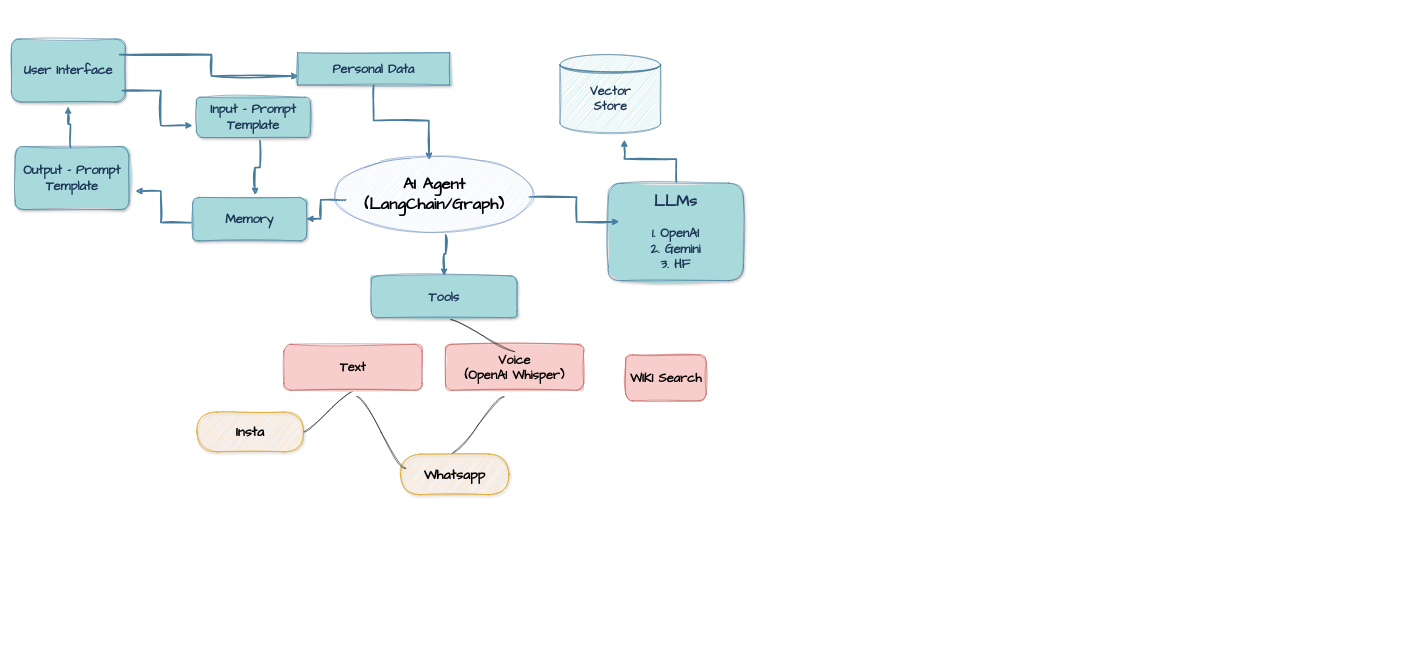
The draw.io diagram Untitled Diagram.drawio in anjali52deb/draw-io, before the edit. Source tidied: cells renumbered, new cells numbered last; positions are measured from the earlier drawing's top-left corner, leaving out a move shared by most shapes. Both pictures are drawn from the tidied source at 53%, with x=0, y=0 at pixel (-66, 39).
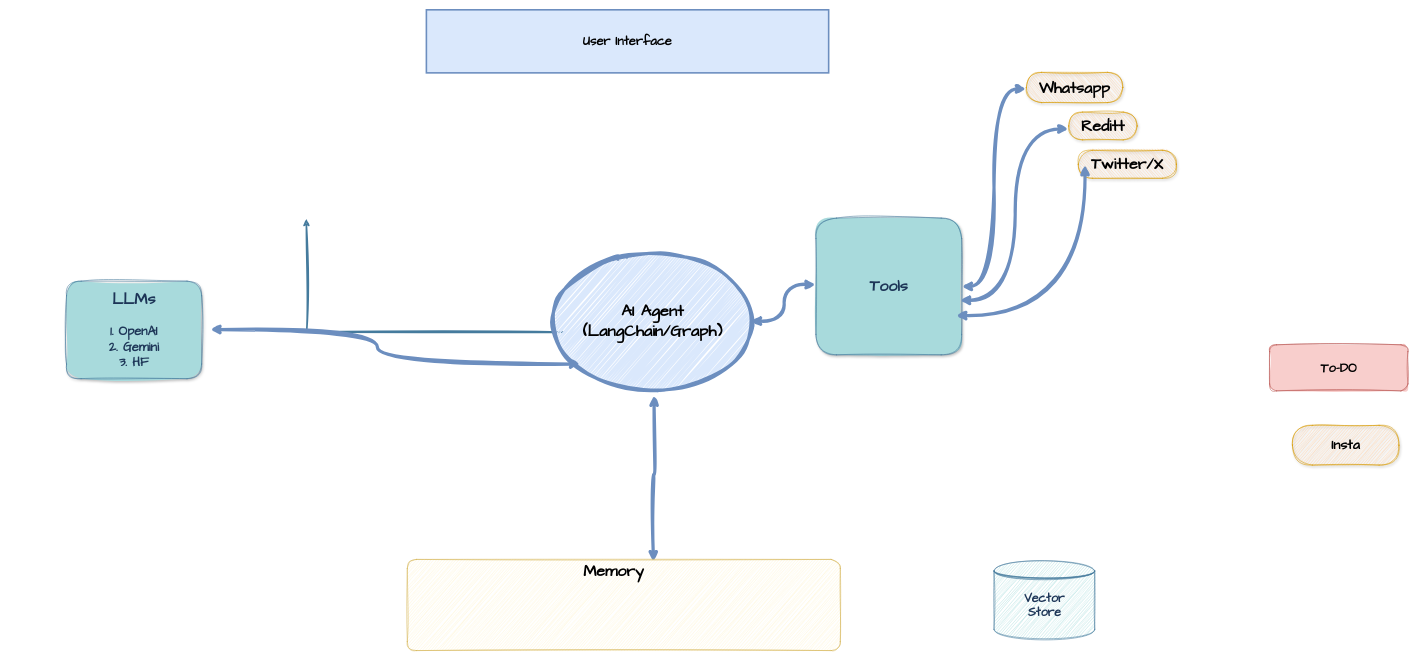
Above is the later version.

The change refers to these unchanged cells:
```xml
<mxCell id="16" value="Vector Store" style="text;html=1;align=center;verticalAlign=middle;whiteSpace=wrap;rounded=0;fontFamily=Comic Sans MS;strokeColor=none;fontSize=23;fontStyle=1;labelBackgroundColor=none;fontColor=#1D3557;sketch=1;curveFitting=1;jiggle=2;" parent="14" vertex="1">
  <mxGeometry x="40" y="16" width="111" height="135" as="geometry" />
</mxCell>
```

The edit, as a diff of the source:
```diff
@@
-    <mxCell id="2" value="Input - Prompt Template" style="text;html=1;align=center;verticalAlign=middle;whiteSpace=wrap;rounded=1;fontFamily=Comic Sans MS;fontSize=24;fontStyle=1;fillColor=#A8DADC;strokeColor=#457B9D;fillStyle=solid;shadow=1;labelBackgroundColor=none;fontColor=#1D3557;sketch=1;curveFitting=1;jiggle=2;" parent="1" vertex="1">
-      <mxGeometry x="494" y="110" width="215" height="76" as="geometry" />
-    </mxCell>
-    <mxCell id="3" value="Output - Prompt Template" style="text;html=1;align=center;verticalAlign=middle;whiteSpace=wrap;rounded=1;fontFamily=Comic Sans MS;fontSize=24;fontStyle=1;fillColor=#A8DADC;strokeColor=#457B9D;fillStyle=solid;shadow=1;labelBackgroundColor=none;fontColor=#1D3557;sketch=1;curveFitting=1;jiggle=2;" parent="1" vertex="1">
-      <mxGeometry x="152" y="203" width="215" height="119" as="geometry" />
-    </mxCell>
+    <mxCell id="26" value="&lt;b&gt;&lt;font&gt;&lt;font face=&quot;Comic Sans MS&quot;&gt;Whatsapp&lt;/font&gt;&lt;/font&gt;&lt;/b&gt;" style="whiteSpace=wrap;html=1;rounded=1;arcSize=50;align=center;verticalAlign=middle;strokeWidth=1;spacing=4;newEdgeStyle={&quot;edgeStyle&quot;:&quot;entityRelationEdgeStyle&quot;,&quot;startArrow&quot;:&quot;none&quot;,&quot;endArrow&quot;:&quot;none&quot;,&quot;segment&quot;:10,&quot;curved&quot;:1,&quot;sourcePerimeterSpacing&quot;:0,&quot;targetPerimeterSpacing&quot;:0};sketch=1;hachureGap=4;jiggle=2;curveFitting=1;fontFamily=Architects Daughter;fillColor=#FFCE9F;strokeColor=#d79b00;shadow=1;flipV=1;fontSize=30;" parent="1" vertex="1">
+      <mxGeometry x="2060" y="63" width="182" height="57.1" as="geometry" />
+    </mxCell>
+    <mxCell id="32" value="&lt;b&gt;&lt;font face=&quot;Comic Sans MS&quot;&gt;Twitter/X&lt;/font&gt;&lt;/b&gt;" style="whiteSpace=wrap;html=1;rounded=1;arcSize=50;align=center;verticalAlign=middle;strokeWidth=1;spacing=4;newEdgeStyle={&quot;edgeStyle&quot;:&quot;entityRelationEdgeStyle&quot;,&quot;startArrow&quot;:&quot;none&quot;,&quot;endArrow&quot;:&quot;none&quot;,&quot;segment&quot;:10,&quot;curved&quot;:1,&quot;sourcePerimeterSpacing&quot;:0,&quot;targetPerimeterSpacing&quot;:0};sketch=1;hachureGap=4;jiggle=2;curveFitting=1;fontFamily=Architects Daughter;fillColor=#FFCE9F;strokeColor=#d79b00;shadow=1;flipV=1;fontSize=30;" parent="1" vertex="1">
+      <mxGeometry x="2158" y="210" width="185" height="52.9" as="geometry" />
+    </mxCell>
+    <mxCell id="33" value="&lt;font face=&quot;Comic Sans MS&quot;&gt;Reditt&lt;/font&gt;" style="whiteSpace=wrap;html=1;rounded=1;arcSize=50;align=center;verticalAlign=middle;strokeWidth=1;spacing=4;newEdgeStyle={&quot;edgeStyle&quot;:&quot;entityRelationEdgeStyle&quot;,&quot;startArrow&quot;:&quot;none&quot;,&quot;endArrow&quot;:&quot;none&quot;,&quot;segment&quot;:10,&quot;curved&quot;:1,&quot;sourcePerimeterSpacing&quot;:0,&quot;targetPerimeterSpacing&quot;:0};sketch=1;hachureGap=4;jiggle=2;curveFitting=1;fontFamily=Architects Daughter;fillColor=#FFCE9F;strokeColor=#d79b00;shadow=1;fontStyle=1;flipV=1;fontSize=30;" parent="1" vertex="1">
+      <mxGeometry x="2140" y="138" width="129" height="52.4" as="geometry" />
+    </mxCell>
-    <mxCell id="4" value="User Interface" style="text;html=1;align=center;verticalAlign=middle;whiteSpace=wrap;rounded=1;fontFamily=Comic Sans MS;fontSize=24;fontStyle=1;fillColor=#A8DADC;strokeColor=#457B9D;fillStyle=solid;shadow=1;labelBackgroundColor=none;fontColor=#1D3557;sketch=1;curveFitting=1;jiggle=2;" parent="1" vertex="1">
-      <mxGeometry x="145" width="215" height="119" as="geometry" />
+    <mxCell id="4" value="User Interface" style="text;html=1;align=center;verticalAlign=middle;whiteSpace=wrap;rounded=0;fontFamily=Comic Sans MS;fontSize=24;fontStyle=1;fillColor=#dae8fc;strokeColor=#6c8ebf;fillStyle=solid;shadow=0;labelBackgroundColor=none;arcSize=46;strokeWidth=3;" parent="1" vertex="1">
+      <mxGeometry x="928" y="-55" width="759" height="119" as="geometry" />
     </mxCell>
-    <mxCell id="5" style="edgeStyle=orthogonalEdgeStyle;rounded=0;jettySize=auto;html=1;exitX=0.974;exitY=0.819;exitDx=0;exitDy=0;entryX=-0.033;entryY=0.702;entryDx=0;entryDy=0;strokeColor=#457B9D;fontColor=default;fillColor=#A8DADC;strokeWidth=3;labelBackgroundColor=none;entryPerimeter=0;exitPerimeter=0;sketch=1;curveFitting=1;jiggle=2;" parent="1" edge="1" source="4" target="2">
-      <mxGeometry relative="1" as="geometry" />
-    </mxCell>
-    <mxCell id="6" style="edgeStyle=orthogonalEdgeStyle;rounded=0;jettySize=auto;html=1;exitX=0.558;exitY=1.079;exitDx=0;exitDy=0;strokeColor=#457B9D;fontColor=default;fillColor=#A8DADC;strokeWidth=3;labelBackgroundColor=none;exitPerimeter=0;entryX=0.547;entryY=-0.055;entryDx=0;entryDy=0;entryPerimeter=0;sketch=1;curveFitting=1;jiggle=2;" parent="1" edge="1" source="2" target="17">
-      <mxGeometry relative="1" as="geometry" />
-    </mxCell>
-    <mxCell id="7" style="edgeStyle=orthogonalEdgeStyle;rounded=0;jettySize=auto;html=1;exitX=0.002;exitY=0.576;exitDx=0;exitDy=0;strokeColor=#457B9D;fontColor=default;fillColor=#A8DADC;strokeWidth=3;labelBackgroundColor=none;exitPerimeter=0;entryX=1.056;entryY=0.706;entryDx=0;entryDy=0;entryPerimeter=0;sketch=1;curveFitting=1;jiggle=2;" parent="1" edge="1" source="17" target="3">
-      <mxGeometry relative="1" as="geometry" />
-    </mxCell>
-    <mxCell id="8" style="edgeStyle=orthogonalEdgeStyle;rounded=0;jettySize=auto;html=1;exitX=0.486;exitY=0.013;exitDx=0;exitDy=0;strokeColor=#457B9D;fontColor=default;fillColor=#A8DADC;strokeWidth=3;labelBackgroundColor=none;exitPerimeter=0;entryX=0.498;entryY=1.071;entryDx=0;entryDy=0;entryPerimeter=0;sketch=1;curveFitting=1;jiggle=2;" parent="1" edge="1" source="3" target="4">
-      <mxGeometry relative="1" as="geometry" />
-    </mxCell>
     <mxCell id="9" value="&lt;div&gt;&lt;font style=&quot;font-size: 30px;&quot;&gt;LLMs&lt;/font&gt;&lt;/div&gt;&lt;div&gt;&lt;br&gt;&lt;/div&gt;&lt;div&gt;1. OpenAI&lt;/div&gt;&lt;div&gt;2. Gemini&lt;/div&gt;&lt;div&gt;3. HF&lt;br&gt;&lt;/div&gt;" style="text;html=1;align=center;verticalAlign=middle;whiteSpace=wrap;rounded=1;fontFamily=Comic Sans MS;fontSize=24;fontStyle=1;fillColor=#A8DADC;strokeColor=#457B9D;fillStyle=solid;shadow=1;labelBackgroundColor=none;fontColor=#1D3557;sketch=1;curveFitting=1;jiggle=2;" parent="1" vertex="1">
-      <mxGeometry x="1271" y="272" width="255" height="184" as="geometry" />
+      <mxGeometry x="249" y="457" width="255" height="184" as="geometry" />
     </mxCell>
-    <mxCell id="10" value="Personal Data" style="text;html=1;align=center;verticalAlign=middle;whiteSpace=wrap;rounded=0;fontFamily=Comic Sans MS;fontSize=24;fontStyle=1;fillColor=#A8DADC;strokeColor=#457B9D;fillStyle=solid;shadow=1;labelBackgroundColor=none;fontColor=#1D3557;sketch=1;curveFitting=1;jiggle=2;" parent="1" vertex="1">
-      <mxGeometry x="685" y="26" width="287" height="61" as="geometry" />
-    </mxCell>
-    <mxCell id="11" style="edgeStyle=orthogonalEdgeStyle;rounded=0;jettySize=auto;html=1;entryX=0.005;entryY=0.721;entryDx=0;entryDy=0;strokeColor=#457B9D;fontColor=default;fillColor=#A8DADC;strokeWidth=3;labelBackgroundColor=none;entryPerimeter=0;sketch=1;curveFitting=1;jiggle=2;exitX=0.949;exitY=0.248;exitDx=0;exitDy=0;exitPerimeter=0;" parent="1" edge="1" source="4" target="10">
-      <mxGeometry relative="1" as="geometry" />
-    </mxCell>
-    <mxCell id="12" style="edgeStyle=orthogonalEdgeStyle;rounded=0;jettySize=auto;html=1;entryX=0.473;entryY=0.051;entryDx=0;entryDy=0;strokeColor=#457B9D;fontColor=default;fillColor=#A8DADC;strokeWidth=3;labelBackgroundColor=none;entryPerimeter=0;sketch=1;curveFitting=1;jiggle=2;" parent="1" edge="1" source="10" target="24">
-      <mxGeometry relative="1" as="geometry" />
-    </mxCell>
-    <mxCell id="13" style="edgeStyle=orthogonalEdgeStyle;rounded=0;jettySize=auto;html=1;exitX=0.976;exitY=0.539;exitDx=0;exitDy=0;strokeColor=#457B9D;fontColor=default;fillColor=#A8DADC;strokeWidth=3;labelBackgroundColor=none;exitPerimeter=0;sketch=1;curveFitting=1;jiggle=2;" parent="1" edge="1" source="24">
-      <mxGeometry relative="1" as="geometry">
-        <mxPoint x="1292" y="345" as="targetPoint" />
-      </mxGeometry>
-    </mxCell>
     <mxCell id="14" style="group;rounded=0;labelBackgroundColor=none;fontColor=#1D3557;sketch=1;curveFitting=1;jiggle=2;" parent="1" vertex="1">
-      <mxGeometry x="1180" y="30" width="190" height="151" as="geometry" />
+      <mxGeometry x="1999" y="985" width="190" height="151" as="geometry" />
     </mxCell>
@@
-    <mxCell id="17" value="Memory" style="text;html=1;align=center;verticalAlign=middle;whiteSpace=wrap;rounded=1;fontFamily=Comic Sans MS;fontSize=24;fontStyle=1;fillColor=#A8DADC;strokeColor=#457B9D;fillStyle=solid;shadow=1;labelBackgroundColor=none;fontColor=#1D3557;sketch=1;curveFitting=1;jiggle=2;" parent="1" vertex="1">
-      <mxGeometry x="487" y="299" width="215" height="82" as="geometry" />
-    </mxCell>
-    <mxCell id="18" value="Tools" style="text;html=1;align=center;verticalAlign=middle;whiteSpace=wrap;rounded=1;fontFamily=Comic Sans MS;fontSize=24;fontStyle=1;fillColor=#A8DADC;strokeColor=#457B9D;fillStyle=solid;shadow=1;labelBackgroundColor=none;fontColor=#1D3557;sketch=1;curveFitting=1;jiggle=2;" parent="1" vertex="1">
-      <mxGeometry x="824" y="447" width="275" height="79" as="geometry" />
+    <mxCell id="18" value="&lt;font style=&quot;font-size: 30px;&quot;&gt;Tools&lt;/font&gt;" style="text;html=1;align=center;verticalAlign=middle;whiteSpace=wrap;rounded=1;fontFamily=Comic Sans MS;fontSize=24;fontStyle=1;fillColor=#A8DADC;strokeColor=#457B9D;fillStyle=solid;shadow=1;labelBackgroundColor=none;fontColor=#1D3557;sketch=1;curveFitting=1;jiggle=2;" parent="1" vertex="1">
+      <mxGeometry x="1663" y="338" width="275" height="258" as="geometry" />
     </mxCell>
-    <mxCell id="19" style="edgeStyle=orthogonalEdgeStyle;rounded=0;jettySize=auto;html=1;strokeColor=#457B9D;fontColor=default;fillColor=#A8DADC;strokeWidth=3;labelBackgroundColor=none;entryX=0.998;entryY=0.494;entryDx=0;entryDy=0;entryPerimeter=0;sketch=1;curveFitting=1;jiggle=2;exitX=0.055;exitY=0.578;exitDx=0;exitDy=0;exitPerimeter=0;" parent="1" edge="1" source="24" target="17">
-      <mxGeometry relative="1" as="geometry" />
+    <mxCell id="19" style="edgeStyle=orthogonalEdgeStyle;rounded=0;jettySize=auto;html=1;strokeColor=#457B9D;fontColor=default;fillColor=#A8DADC;strokeWidth=3;labelBackgroundColor=none;entryX=0.998;entryY=0.494;entryDx=0;entryDy=0;entryPerimeter=0;sketch=1;curveFitting=1;jiggle=2;exitX=0.055;exitY=0.578;exitDx=0;exitDy=0;exitPerimeter=0;" parent="1" edge="1" source="24">
+      <mxGeometry relative="1" as="geometry">
+        <mxPoint x="701.6" y="339.5" as="targetPoint" />
+      </mxGeometry>
     </mxCell>
-    <mxCell id="20" style="edgeStyle=orthogonalEdgeStyle;rounded=0;jettySize=auto;html=1;exitX=0.557;exitY=1.043;exitDx=0;exitDy=0;strokeColor=#457B9D;fontColor=default;fillColor=#A8DADC;strokeWidth=3;labelBackgroundColor=none;exitPerimeter=0;sketch=1;curveFitting=1;jiggle=2;" parent="1" edge="1" source="24" target="18">
-      <mxGeometry relative="1" as="geometry" />
-    </mxCell>
-    <mxCell id="21" style="edgeStyle=orthogonalEdgeStyle;rounded=0;jettySize=auto;html=1;exitX=0.504;exitY=-0.011;exitDx=0;exitDy=0;entryX=0.734;entryY=1.067;entryDx=0;entryDy=0;strokeColor=#457B9D;fontColor=default;fillColor=#A8DADC;strokeWidth=3;labelBackgroundColor=none;entryPerimeter=0;exitPerimeter=0;jumpStyle=arc;sketch=1;curveFitting=1;jiggle=2;flowAnimation=0;" parent="1" edge="1" source="9" target="16">
-      <mxGeometry relative="1" as="geometry" />
-    </mxCell>
-    <mxCell id="22" value="WIKI Search" style="text;html=1;align=center;verticalAlign=middle;whiteSpace=wrap;rounded=1;fontFamily=Comic Sans MS;fontSize=24;fontStyle=1;fillColor=#f8cecc;strokeColor=#b85450;fillStyle=solid;shadow=0;labelBackgroundColor=none;sketch=1;curveFitting=1;jiggle=2;glass=0;" parent="1" vertex="1">
-      <mxGeometry x="1304" y="596" width="152" height="87" as="geometry" />
-    </mxCell>
-    <mxCell id="23" value="&lt;div&gt;Voice&lt;/div&gt;&lt;div&gt;(&lt;strong&gt;OpenAI Whisper)&lt;/strong&gt;&lt;/div&gt;" style="text;html=1;align=center;verticalAlign=middle;whiteSpace=wrap;rounded=1;fontFamily=Comic Sans MS;fontSize=24;fontStyle=1;fillColor=#f8cecc;strokeColor=#b85450;fillStyle=solid;shadow=0;labelBackgroundColor=none;sketch=1;curveFitting=1;jiggle=2;glass=0;" parent="1" vertex="1">
-      <mxGeometry x="964" y="576" width="261" height="87" as="geometry" />
+    <mxCell id="23" value="To-DO" style="text;html=1;align=center;verticalAlign=middle;whiteSpace=wrap;rounded=1;fontFamily=Comic Sans MS;fontSize=24;fontStyle=1;fillColor=#f8cecc;strokeColor=#b85450;fillStyle=solid;shadow=0;labelBackgroundColor=none;sketch=1;curveFitting=1;jiggle=2;glass=0;" parent="1" vertex="1">
+      <mxGeometry x="2519" y="577" width="261" height="87" as="geometry" />
     </mxCell>
-    <mxCell id="24" value="&lt;div&gt;&lt;font style=&quot;font-size: 31px;&quot;&gt;&lt;b&gt;&lt;font&gt;AI Agent&lt;/font&gt;&lt;/b&gt;&lt;/font&gt;&lt;/div&gt;&lt;div&gt;&lt;font style=&quot;font-size: 31px;&quot;&gt;&lt;b&gt;&lt;font&gt;(LangChain/Graph)&lt;/font&gt;&lt;/b&gt;&lt;/font&gt;&lt;br&gt;&lt;/div&gt;" style="ellipse;whiteSpace=wrap;html=1;align=center;newEdgeStyle={&quot;edgeStyle&quot;:&quot;entityRelationEdgeStyle&quot;,&quot;startArrow&quot;:&quot;none&quot;,&quot;endArrow&quot;:&quot;none&quot;,&quot;segment&quot;:10,&quot;curved&quot;:1,&quot;sourcePerimeterSpacing&quot;:0,&quot;targetPerimeterSpacing&quot;:0};sketch=1;hachureGap=4;jiggle=2;curveFitting=1;fontFamily=Comic Sans MS;fillColor=#dae8fc;strokeColor=#6c8ebf;shadow=0;labelBackgroundColor=none;labelBorderColor=none;" parent="1" vertex="1">
-      <mxGeometry x="755" y="221" width="376" height="143" as="geometry" />
+    <mxCell id="24" value="&lt;div&gt;&lt;font style=&quot;font-size: 31px;&quot;&gt;&lt;b&gt;&lt;font&gt;AI Agent&lt;/font&gt;&lt;/b&gt;&lt;/font&gt;&lt;/div&gt;&lt;div&gt;&lt;font style=&quot;font-size: 31px;&quot;&gt;&lt;b&gt;&lt;font&gt;(LangChain/Graph)&lt;/font&gt;&lt;/b&gt;&lt;/font&gt;&lt;br&gt;&lt;/div&gt;" style="ellipse;whiteSpace=wrap;html=1;align=center;newEdgeStyle={&quot;edgeStyle&quot;:&quot;entityRelationEdgeStyle&quot;,&quot;startArrow&quot;:&quot;none&quot;,&quot;endArrow&quot;:&quot;none&quot;,&quot;segment&quot;:10,&quot;curved&quot;:1,&quot;sourcePerimeterSpacing&quot;:0,&quot;targetPerimeterSpacing&quot;:0};sketch=1;hachureGap=4;jiggle=2;curveFitting=1;fontFamily=Comic Sans MS;fillColor=#dae8fc;strokeColor=#6c8ebf;shadow=0;labelBackgroundColor=none;labelBorderColor=none;strokeWidth=6;" parent="1" vertex="1">
+      <mxGeometry x="1167" y="404" width="376" height="258" as="geometry" />
     </mxCell>
-    <mxCell id="25" style="edgeStyle=entityRelationEdgeStyle;startArrow=none;endArrow=none;segment=10;curved=1;sourcePerimeterSpacing=0;targetPerimeterSpacing=0;rounded=0;sketch=1;hachureGap=4;jiggle=2;curveFitting=1;fontFamily=Architects Daughter;entryX=0.423;entryY=1.138;entryDx=0;entryDy=0;entryPerimeter=0;exitX=0.476;exitY=-0.013;exitDx=0;exitDy=0;exitPerimeter=0;" parent="1" edge="1" source="26" target="23">
-      <mxGeometry relative="1" as="geometry">
-        <Array as="points">
-          <mxPoint x="1009" y="702" />
-          <mxPoint x="1119" y="757" />
-          <mxPoint x="1046" y="787" />
-          <mxPoint x="492" y="772" />
-          <mxPoint x="362" y="852" />
-        </Array>
-      </mxGeometry>
-    </mxCell>
-    <mxCell id="26" value="&lt;b&gt;&lt;font face=&quot;Comic Sans MS&quot; style=&quot;font-size: 26px;&quot;&gt;Whatsapp&lt;/font&gt;&lt;/b&gt;" style="whiteSpace=wrap;html=1;rounded=1;arcSize=50;align=center;verticalAlign=middle;strokeWidth=1;spacing=4;newEdgeStyle={&quot;edgeStyle&quot;:&quot;entityRelationEdgeStyle&quot;,&quot;startArrow&quot;:&quot;none&quot;,&quot;endArrow&quot;:&quot;none&quot;,&quot;segment&quot;:10,&quot;curved&quot;:1,&quot;sourcePerimeterSpacing&quot;:0,&quot;targetPerimeterSpacing&quot;:0};sketch=1;hachureGap=4;jiggle=2;curveFitting=1;fontFamily=Architects Daughter;fillColor=#FFCE9F;strokeColor=#d79b00;shadow=1;" parent="1" vertex="1">
-      <mxGeometry x="879" y="783" width="205" height="77" as="geometry" />
-    </mxCell>
-    <mxCell id="27" style="edgeStyle=entityRelationEdgeStyle;startArrow=none;endArrow=none;segment=10;curved=1;sourcePerimeterSpacing=0;targetPerimeterSpacing=0;rounded=0;sketch=1;hachureGap=4;jiggle=2;curveFitting=1;fontFamily=Architects Daughter;entryX=0.498;entryY=1.017;entryDx=0;entryDy=0;entryPerimeter=0;" parent="1" edge="1" source="28" target="29">
-      <mxGeometry relative="1" as="geometry">
-        <Array as="points">
-          <mxPoint x="130" y="845" />
-          <mxPoint y="925" />
-        </Array>
-      </mxGeometry>
-    </mxCell>
     <mxCell id="28" value="&lt;font style=&quot;font-size: 26px;&quot; face=&quot;Comic Sans MS&quot;&gt;&lt;b&gt;Insta&lt;/b&gt;&lt;/font&gt;" style="whiteSpace=wrap;html=1;rounded=1;arcSize=50;align=center;verticalAlign=middle;strokeWidth=1;spacing=4;newEdgeStyle={&quot;edgeStyle&quot;:&quot;entityRelationEdgeStyle&quot;,&quot;startArrow&quot;:&quot;none&quot;,&quot;endArrow&quot;:&quot;none&quot;,&quot;segment&quot;:10,&quot;curved&quot;:1,&quot;sourcePerimeterSpacing&quot;:0,&quot;targetPerimeterSpacing&quot;:0};sketch=1;hachureGap=4;jiggle=2;curveFitting=1;fontFamily=Architects Daughter;fillColor=#FFCE9F;strokeColor=#d79b00;shadow=1;" parent="1" vertex="1">
-      <mxGeometry x="495" y="704" width="201" height="75" as="geometry" />
+      <mxGeometry x="2562" y="729" width="201" height="75" as="geometry" />
     </mxCell>
-    <mxCell id="29" value="Text" style="text;html=1;align=center;verticalAlign=middle;whiteSpace=wrap;rounded=1;fontFamily=Comic Sans MS;fontSize=24;fontStyle=1;fillColor=#f8cecc;strokeColor=#b85450;fillStyle=solid;shadow=0;labelBackgroundColor=none;sketch=1;curveFitting=1;jiggle=2;glass=0;" parent="1" vertex="1">
-      <mxGeometry x="659" y="576" width="261" height="87" as="geometry" />
-    </mxCell>
-    <mxCell id="30" style="edgeStyle=entityRelationEdgeStyle;startArrow=none;endArrow=none;segment=10;curved=1;sourcePerimeterSpacing=0;targetPerimeterSpacing=0;rounded=0;sketch=1;hachureGap=4;jiggle=2;curveFitting=1;fontFamily=Architects Daughter;exitX=0.049;exitY=0.351;exitDx=0;exitDy=0;exitPerimeter=0;entryX=0.527;entryY=1.132;entryDx=0;entryDy=0;entryPerimeter=0;" parent="1" edge="1" source="26" target="29">
-      <mxGeometry relative="1" as="geometry">
-        <Array as="points">
-          <mxPoint x="1017" y="775" />
-          <mxPoint x="1056" y="797" />
-          <mxPoint x="779" y="705" />
-          <mxPoint x="502" y="782" />
-          <mxPoint x="372" y="862" />
-          <mxPoint x="642" y="745" />
-          <mxPoint x="787" y="662" />
-        </Array>
-      </mxGeometry>
-    </mxCell>
-    <mxCell id="31" style="edgeStyle=entityRelationEdgeStyle;startArrow=none;endArrow=none;segment=10;curved=1;sourcePerimeterSpacing=0;targetPerimeterSpacing=0;rounded=0;sketch=1;hachureGap=4;jiggle=2;curveFitting=1;fontFamily=Architects Daughter;entryX=0.545;entryY=1.044;entryDx=0;entryDy=0;entryPerimeter=0;exitX=0.5;exitY=0.161;exitDx=0;exitDy=0;exitPerimeter=0;" parent="1" edge="1" source="23" target="18">
-      <mxGeometry relative="1" as="geometry">
-        <Array as="points">
-          <mxPoint x="1087" y="582" />
-          <mxPoint x="1019" y="712" />
-          <mxPoint x="1129" y="767" />
-          <mxPoint x="1056" y="797" />
-          <mxPoint x="502" y="782" />
-          <mxPoint x="372" y="862" />
-        </Array>
-      </mxGeometry>
-    </mxCell>
+    <mxCell id="34" style="endArrow=classic;startArrow=classic;endFill=1;startFill=1;html=1;rounded=0;sketch=1;hachureGap=4;jiggle=2;curveFitting=1;fontFamily=Architects Daughter;strokeWidth=6;fillColor=#dae8fc;strokeColor=#6c8ebf;flowAnimation=0;exitX=0.568;exitY=0.024;exitDx=0;exitDy=0;exitPerimeter=0;snapToPoint=1;arcSize=50;backgroundOutline=1;sketchStyle=rough;entryX=0.507;entryY=1.041;entryDx=0;entryDy=0;entryPerimeter=0;edgeStyle=orthogonalEdgeStyle;curved=1;" parent="1" edge="1" source="17" target="24">
+      <mxGeometry relative="1" as="geometry" />
+    </mxCell>
+    <mxCell id="17" value="Memory" style="text;html=1;align=center;verticalAlign=middle;whiteSpace=wrap;rounded=1;fontFamily=Comic Sans MS;fontSize=30;fontStyle=1;fillColor=#fff2cc;strokeColor=#d6b656;fillStyle=auto;shadow=0;labelBackgroundColor=none;sketch=1;curveFitting=1;jiggle=2;imageVerticalAlign=middle;imageAlign=left;arcSize=10;snapToPoint=0;backgroundOutline=1;movableLabel=1;sketchStyle=rough;shadowOpacity=50;gradientColor=none;" parent="1" vertex="1">
+      <mxGeometry x="892" y="982" width="817" height="172" as="geometry">
+        <mxPoint x="-19" y="-64" as="offset" />
+      </mxGeometry>
+    </mxCell>
+    <mxCell id="35" style="endArrow=classic;startArrow=classic;endFill=1;startFill=1;html=1;rounded=0;sketch=1;hachureGap=4;jiggle=2;curveFitting=1;fontFamily=Architects Daughter;strokeWidth=6;fillColor=#dae8fc;strokeColor=#6c8ebf;flowAnimation=0;exitX=1.063;exitY=0.496;exitDx=0;exitDy=0;exitPerimeter=0;snapToPoint=1;arcSize=50;backgroundOutline=1;sketchStyle=rough;entryX=0.137;entryY=0.812;entryDx=0;entryDy=0;entryPerimeter=0;edgeStyle=orthogonalEdgeStyle;curved=1;" parent="1" edge="1" source="9" target="24">
+      <mxGeometry relative="1" as="geometry" />
+    </mxCell>
+    <mxCell id="20" style="endArrow=classic;startArrow=classic;endFill=1;startFill=1;html=1;rounded=0;sketch=1;hachureGap=4;jiggle=2;curveFitting=1;fontFamily=Architects Daughter;strokeWidth=6;fillColor=#dae8fc;strokeColor=#6c8ebf;flowAnimation=0;exitX=0.992;exitY=0.497;exitDx=0;exitDy=0;exitPerimeter=0;snapToPoint=1;arcSize=50;backgroundOutline=1;sketchStyle=rough;entryX=-0.001;entryY=0.486;entryDx=0;entryDy=0;entryPerimeter=0;edgeStyle=orthogonalEdgeStyle;curved=1;" parent="1" edge="1" source="24" target="18">
+      <mxGeometry relative="1" as="geometry" />
+    </mxCell>
+    <mxCell id="36" style="endArrow=classic;startArrow=classic;endFill=1;startFill=1;html=1;rounded=0;sketch=1;hachureGap=4;jiggle=2;curveFitting=1;fontFamily=Architects Daughter;strokeWidth=6;fillColor=#dae8fc;strokeColor=#6c8ebf;flowAnimation=0;snapToPoint=1;arcSize=50;backgroundOutline=1;sketchStyle=rough;edgeStyle=orthogonalEdgeStyle;curved=1;entryX=-0.001;entryY=0.453;entryDx=0;entryDy=0;entryPerimeter=0;" parent="1" edge="1" source="18" target="26">
+      <mxGeometry relative="1" as="geometry" />
+    </mxCell>
+    <mxCell id="37" style="endArrow=classic;startArrow=classic;endFill=1;startFill=1;html=1;rounded=0;sketch=1;hachureGap=4;jiggle=2;curveFitting=1;fontFamily=Architects Daughter;strokeWidth=6;fillColor=#dae8fc;strokeColor=#6c8ebf;flowAnimation=0;snapToPoint=1;arcSize=50;backgroundOutline=1;sketchStyle=rough;edgeStyle=orthogonalEdgeStyle;curved=1;exitX=0.961;exitY=0.713;exitDx=0;exitDy=0;exitPerimeter=0;entryX=0.069;entryY=0.476;entryDx=0;entryDy=0;entryPerimeter=0;" parent="1" edge="1" source="18" target="32">
+      <mxGeometry relative="1" as="geometry" />
+    </mxCell>
+    <mxCell id="38" style="endArrow=classic;startArrow=classic;endFill=1;startFill=1;html=1;rounded=0;sketch=1;hachureGap=4;jiggle=2;curveFitting=1;fontFamily=Architects Daughter;strokeWidth=6;fillColor=#dae8fc;strokeColor=#6c8ebf;flowAnimation=0;snapToPoint=1;arcSize=50;backgroundOutline=1;sketchStyle=rough;edgeStyle=orthogonalEdgeStyle;curved=1;exitX=0.987;exitY=0.602;exitDx=0;exitDy=0;exitPerimeter=0;entryX=-0.003;entryY=0.392;entryDx=0;entryDy=0;entryPerimeter=0;" parent="1" edge="1" source="18" target="33">
+      <mxGeometry relative="1" as="geometry" />
+    </mxCell>
```
